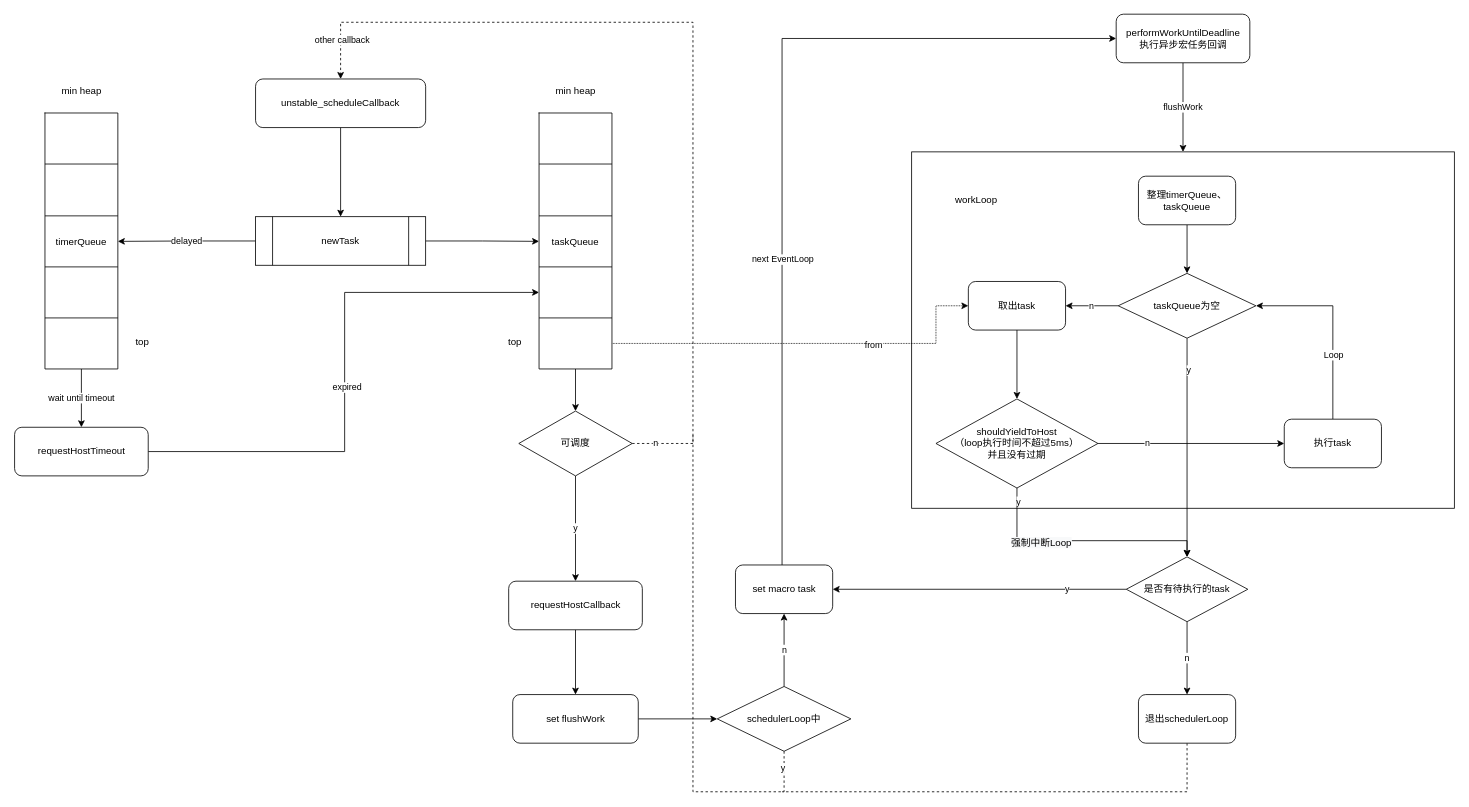
The draw.io diagram page "第 2 页" (2 of 3) of scheduler.drawio in 5102a/Note, before the edit. Source tidied: cells renumbered, new cells numbered last; positions are measured from the earlier drawing's top-left corner, leaving out a move shared by most shapes. Both pictures are drawn from the tidied source at 81%, with x=0, y=0 at pixel (14, 14).
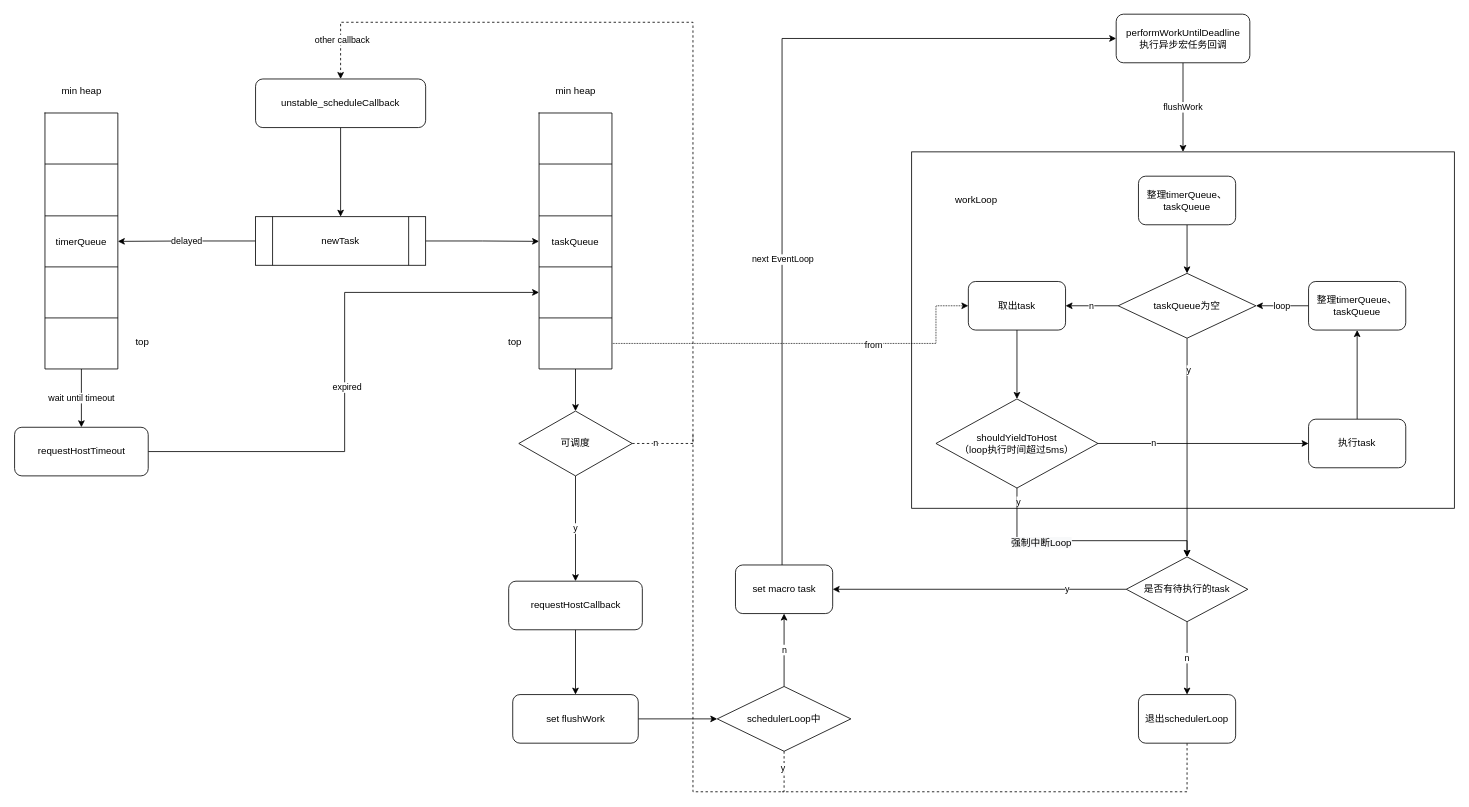
The same diagram, later.

The change refers to these unchanged cells:
```xml
<mxCell id="63" value="taskQueue为空" style="rhombus;whiteSpace=wrap;html=1;" parent="1" vertex="1">
  <mxGeometry x="1363" y="320" width="170" height="80" as="geometry" />
</mxCell>
```

The edit, as a diff of the source:
```diff
@@
-    <mxCell id="56" value="shouldYieldToHost&lt;br&gt;（loop执行时间不超过5ms）&lt;br&gt;并且没有过期" style="rhombus;whiteSpace=wrap;html=1;" parent="1" vertex="1">
+    <mxCell id="56" value="shouldYieldToHost&lt;br&gt;（loop执行时间超过5ms）" style="rhombus;whiteSpace=wrap;html=1;" parent="1" vertex="1">
       <mxGeometry x="1138" y="475" width="200" height="110" as="geometry" />
     </mxCell>
-    <mxCell id="57" style="edgeStyle=orthogonalEdgeStyle;rounded=0;jettySize=auto;html=1;entryX=1;entryY=0.5;entryDx=0;entryDy=0;startArrow=none;startFill=0;" parent="1" edge="1" source="59" target="63">
-      <mxGeometry relative="1" as="geometry">
-        <Array as="points">
-          <mxPoint x="1628" y="360" />
-        </Array>
-      </mxGeometry>
-    </mxCell>
-    <mxCell id="58" value="Loop" style="edgeLabel;html=1;align=center;verticalAlign=middle;" parent="57" vertex="1">
-      <mxGeometry x="-0.01" y="3" relative="1" as="geometry">
-        <mxPoint x="3" y="36" as="offset" />
-      </mxGeometry>
-    </mxCell>
+    <mxCell id="81" style="edgeStyle=orthogonalEdgeStyle;rounded=0;jettySize=auto;html=1;entryX=0.5;entryY=1;entryDx=0;entryDy=0;" parent="1" edge="1" source="59" target="83">
+      <mxGeometry relative="1" as="geometry" />
+    </mxCell>
     <mxCell id="59" value="执行task" style="whiteSpace=wrap;html=1;rounded=1;" parent="1" vertex="1">
-      <mxGeometry x="1568" y="500" width="120" height="60" as="geometry" />
+      <mxGeometry x="1598" y="500" width="120" height="60" as="geometry" />
     </mxCell>
@@
+    <mxCell id="82" value="loop" style="edgeStyle=orthogonalEdgeStyle;rounded=0;jettySize=auto;html=1;" parent="1" edge="1" source="83" target="63">
+      <mxGeometry relative="1" as="geometry" />
+    </mxCell>
+    <mxCell id="83" value="整理timerQueue、taskQueue" style="rounded=1;whiteSpace=wrap;html=1;" parent="1" vertex="1">
+      <mxGeometry x="1598" y="330" width="120" height="60" as="geometry" />
+    </mxCell>
```
